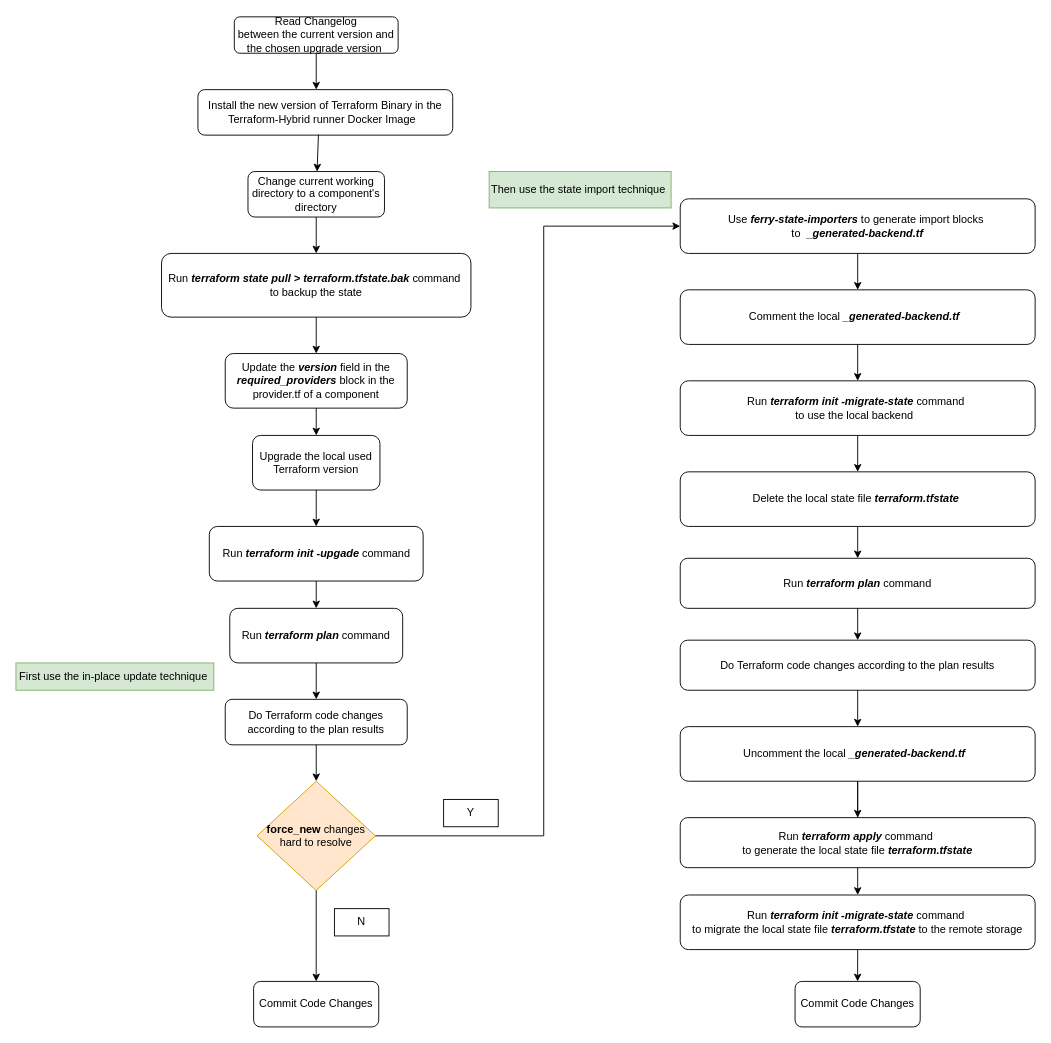
Before: page "terraform-providers-upgrade-steps" (4 of 4) of terraform-version-chosen-strategy.drawio in YanshanSong/draw.io, a draw.io diagram. Source tidied: cells renumbered, new cells numbered last; positions are measured from the earlier drawing's top-left corner, leaving out a move shared by most shapes. Both pictures are drawn from the tidied source at 91%, with x=0, y=0 at pixel (15, 16).
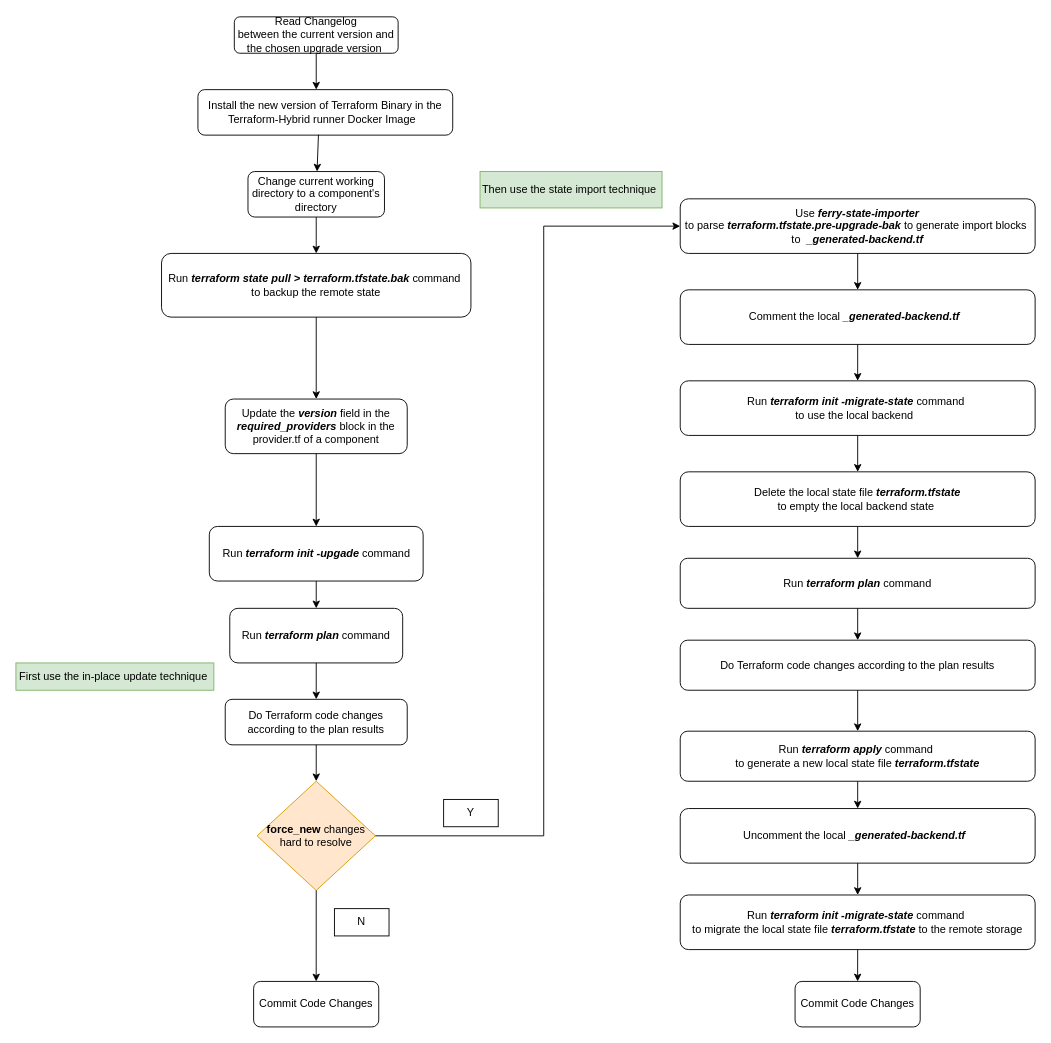
The same page after the edit.

The change refers to these unchanged cells:
```xml
<mxCell id="8" value="Run &lt;b&gt;&lt;i&gt;terraform init -upgade&lt;/i&gt;&lt;/b&gt;&amp;nbsp;command" style="rounded=1;whiteSpace=wrap;html=1;" parent="1" vertex="1">
  <mxGeometry x="212.5" y="560" width="235" height="60" as="geometry" />
</mxCell>
<mxCell id="26" value="Run &lt;i style=&quot;font-weight: bold;&quot;&gt;terraform init&amp;nbsp;-migrate-state &lt;/i&gt;command&amp;nbsp;&lt;div&gt;to migrate the local state file&amp;nbsp;&lt;span style=&quot;background-color: initial;&quot;&gt;&lt;i style=&quot;font-weight: bold;&quot;&gt;terraform.tfstate &lt;/i&gt;to the remote storage&lt;/span&gt;&lt;/div&gt;" style="rounded=1;whiteSpace=wrap;html=1;" parent="1" vertex="1">
  <mxGeometry x="730" y="965" width="390" height="60" as="geometry" />
</mxCell>
<mxCell id="35" value="Do Terraform code changes according to the plan results" style="rounded=1;whiteSpace=wrap;html=1;" parent="1" vertex="1">
  <mxGeometry x="730" y="685" width="390" height="55" as="geometry" />
</mxCell>
```

Change to the diagram source:
```diff
@@
     <mxCell id="4" value="Update the &lt;b&gt;&lt;i&gt;version&lt;/i&gt;&lt;/b&gt;&amp;nbsp;field in the &lt;b&gt;&lt;i&gt;required_providers&lt;/i&gt;&lt;/b&gt; block in the provider.tf of a component" style="rounded=1;whiteSpace=wrap;html=1;" parent="1" vertex="1">
-      <mxGeometry x="230" y="370" width="200" height="60" as="geometry" />
+      <mxGeometry x="230" y="420" width="200" height="60" as="geometry" />
     </mxCell>
-    <mxCell id="5" value="Upgrade the local used Terraform version" style="rounded=1;whiteSpace=wrap;html=1;" parent="1" vertex="1">
-      <mxGeometry x="260" y="460" width="140" height="60" as="geometry" />
-    </mxCell>
@@
-    <mxCell id="9" value="Run &lt;i style=&quot;font-weight: bold;&quot;&gt;terraform state pull &amp;gt;&amp;nbsp;terraform.tfstate.bak&amp;nbsp;&lt;/i&gt;command&amp;nbsp;&lt;div&gt;to backup the state&lt;/div&gt;" style="rounded=1;whiteSpace=wrap;html=1;" parent="1" vertex="1">
+    <mxCell id="9" value="Run &lt;i style=&quot;font-weight: bold;&quot;&gt;terraform state pull &amp;gt;&amp;nbsp;terraform.tfstate.bak&amp;nbsp;&lt;/i&gt;command&amp;nbsp;&lt;div&gt;to backup the remote state&lt;/div&gt;" style="rounded=1;whiteSpace=wrap;html=1;" parent="1" vertex="1">
       <mxGeometry x="160" y="260" width="340" height="70" as="geometry" />
     </mxCell>
@@
     <mxCell id="18" value="Then use the state import technique&amp;nbsp;" style="text;html=1;align=center;verticalAlign=middle;whiteSpace=wrap;rounded=0;strokeColor=#82b366;fillColor=#d5e8d4;" parent="1" vertex="1">
-      <mxGeometry x="520" y="170" width="200" height="40" as="geometry" />
+      <mxGeometry x="510" y="170" width="200" height="40" as="geometry" />
     </mxCell>
@@
-    <mxCell id="20" value="Delete the local state file&amp;nbsp;&lt;i style=&quot;font-weight: bold;&quot;&gt;terraform.tfstate&amp;nbsp;&lt;/i&gt;" style="rounded=1;whiteSpace=wrap;html=1;" parent="1" vertex="1">
+    <mxCell id="20" value="Delete the local state file&amp;nbsp;&lt;i style=&quot;font-weight: bold;&quot;&gt;terraform.tfstate&lt;/i&gt;&lt;div&gt;to empty the local backend state&lt;i style=&quot;font-weight: bold;&quot;&gt;&amp;nbsp;&lt;/i&gt;&lt;/div&gt;" style="rounded=1;whiteSpace=wrap;html=1;" parent="1" vertex="1">
       <mxGeometry x="730" y="500" width="390" height="60" as="geometry" />
     </mxCell>
-    <mxCell id="21" value="Use &lt;i style=&quot;font-weight: bold;&quot;&gt;ferry-state-importers &lt;/i&gt;to generate import blocks&amp;nbsp;&lt;div&gt;to&amp;nbsp;&amp;nbsp;&lt;b&gt;&lt;i&gt;_generated-backend.tf&lt;/i&gt;&lt;/b&gt;&lt;/div&gt;" style="rounded=1;whiteSpace=wrap;html=1;" parent="1" vertex="1">
+    <mxCell id="21" value="Use&amp;nbsp;&lt;i style=&quot;font-weight: bold;&quot;&gt;ferry-state-importer&lt;/i&gt;&lt;div&gt;to parse&amp;nbsp;&lt;i style=&quot;font-weight: bold;&quot;&gt;terraform.tfstate.pre-upgrade-bak&lt;/i&gt;&amp;nbsp;to generate import blocks&amp;nbsp;&lt;div&gt;to&amp;nbsp;&amp;nbsp;&lt;b&gt;&lt;i&gt;_generated-backend.tf&lt;/i&gt;&lt;/b&gt;&lt;/div&gt;&lt;/div&gt;" style="rounded=1;whiteSpace=wrap;html=1;" parent="1" vertex="1">
       <mxGeometry x="730" y="200" width="390" height="60" as="geometry" />
     </mxCell>
@@
-    <mxCell id="24" style="edgeStyle=orthogonalEdgeStyle;rounded=0;jettySize=auto;html=1;" parent="1" edge="1" source="25" target="34">
-      <mxGeometry relative="1" as="geometry" />
-    </mxCell>
     <mxCell id="25" value="Uncomment the local&amp;nbsp;&lt;b&gt;&lt;i&gt;_generated-backend.tf&amp;nbsp;&lt;/i&gt;&lt;/b&gt;&amp;nbsp;" style="rounded=1;whiteSpace=wrap;html=1;" parent="1" vertex="1">
-      <mxGeometry x="730" y="780" width="390" height="60" as="geometry" />
+      <mxGeometry x="730" y="870" width="390" height="60" as="geometry" />
     </mxCell>
@@
-    <mxCell id="32" style="endArrow=classic;html=1;rounded=0;exitX=0.5;exitY=1;exitDx=0;exitDy=0;" parent="1" edge="1" source="25" target="26">
-      <mxGeometry relative="1" as="geometry" />
-    </mxCell>
@@
-    <mxCell id="34" value="&lt;div&gt;Run &lt;b&gt;&lt;i&gt;terraform apply&lt;/i&gt;&lt;/b&gt; command&amp;nbsp;&lt;/div&gt;&lt;div&gt;to generate the local state file&amp;nbsp;&lt;b&gt;&lt;i&gt;terraform.tfstate&lt;/i&gt;&lt;/b&gt;&lt;/div&gt;" style="rounded=1;whiteSpace=wrap;html=1;" parent="1" vertex="1">
-      <mxGeometry x="730" y="880" width="390" height="55" as="geometry" />
+    <mxCell id="34" value="&lt;div&gt;Run &lt;b&gt;&lt;i&gt;terraform apply&lt;/i&gt;&lt;/b&gt; command&amp;nbsp;&lt;/div&gt;&lt;div&gt;to generate a new local state file&amp;nbsp;&lt;b&gt;&lt;i&gt;terraform.tfstate&lt;/i&gt;&lt;/b&gt;&lt;/div&gt;" style="rounded=1;whiteSpace=wrap;html=1;" parent="1" vertex="1">
+      <mxGeometry x="730" y="785" width="390" height="55" as="geometry" />
     </mxCell>
@@
-    <mxCell id="37" style="endArrow=classic;html=1;rounded=0;exitX=0.5;exitY=1;exitDx=0;exitDy=0;entryX=0.5;entryY=0;entryDx=0;entryDy=0;" parent="1" edge="1" source="35" target="25">
-      <mxGeometry relative="1" as="geometry" />
-    </mxCell>
@@
-    <mxCell id="42" style="endArrow=classic;html=1;rounded=0;exitX=0.5;exitY=1;exitDx=0;exitDy=0;" parent="1" edge="1" source="4" target="5">
-      <mxGeometry relative="1" as="geometry" />
-    </mxCell>
-    <mxCell id="43" style="endArrow=classic;html=1;rounded=0;exitX=0.5;exitY=1;exitDx=0;exitDy=0;" parent="1" edge="1" source="5" target="8">
-      <mxGeometry relative="1" as="geometry" />
-    </mxCell>
@@
+    <mxCell id="47" style="endArrow=classic;html=1;rounded=0;exitX=0.5;exitY=1;exitDx=0;exitDy=0;entryX=0.5;entryY=0;entryDx=0;entryDy=0;" parent="1" edge="1" source="4" target="8">
+      <mxGeometry relative="1" as="geometry" />
+    </mxCell>
+    <mxCell id="48" style="endArrow=classic;html=1;rounded=0;exitX=0.5;exitY=1;exitDx=0;exitDy=0;entryX=0.5;entryY=0;entryDx=0;entryDy=0;" parent="1" edge="1" source="35" target="34">
+      <mxGeometry relative="1" as="geometry" />
+    </mxCell>
+    <mxCell id="49" style="endArrow=classic;html=1;rounded=0;exitX=0.5;exitY=1;exitDx=0;exitDy=0;" parent="1" edge="1" source="34" target="25">
+      <mxGeometry relative="1" as="geometry" />
+    </mxCell>
+    <mxCell id="32" style="endArrow=classic;html=1;rounded=0;exitX=0.5;exitY=1;exitDx=0;exitDy=0;" parent="1" edge="1" source="25" target="26">
+      <mxGeometry relative="1" as="geometry" />
+    </mxCell>
```
